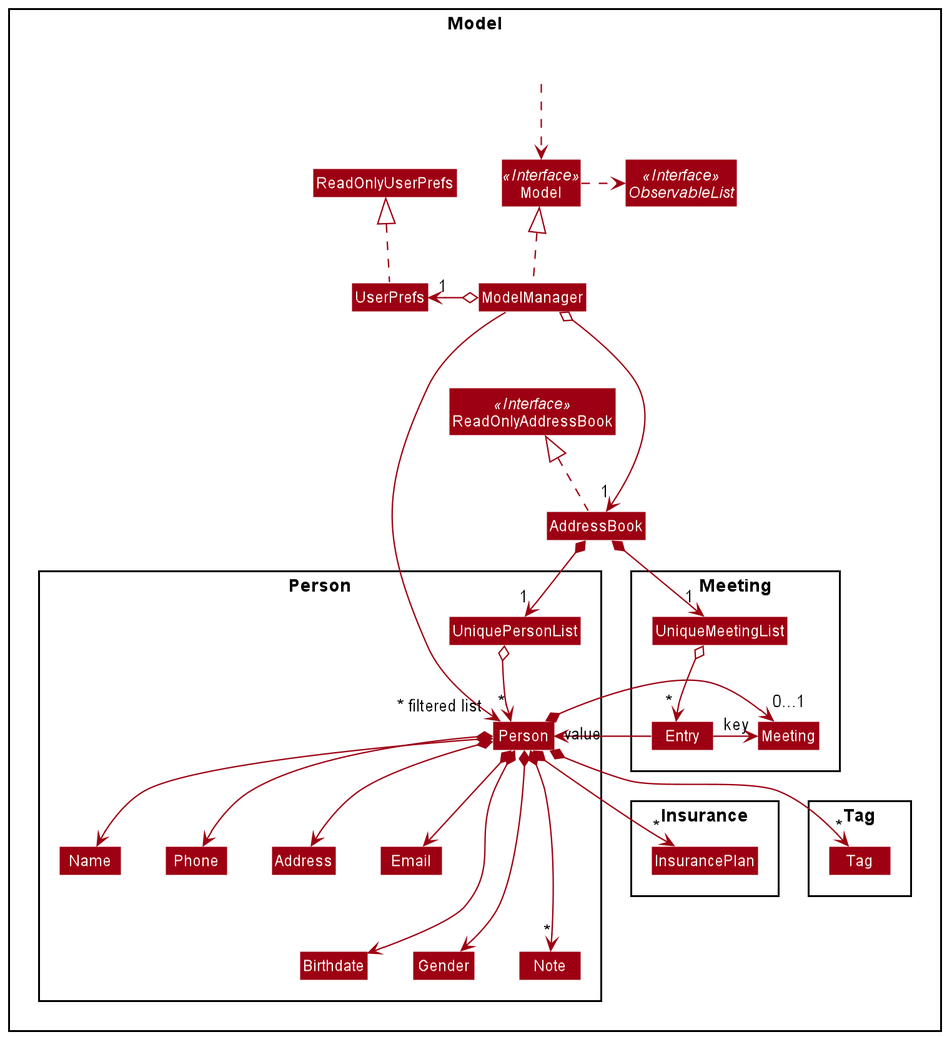
Earlier version of the PlantUML export docs/images/ModelClassDiagram.png (nus-cs2103-AY2021S2/tp).
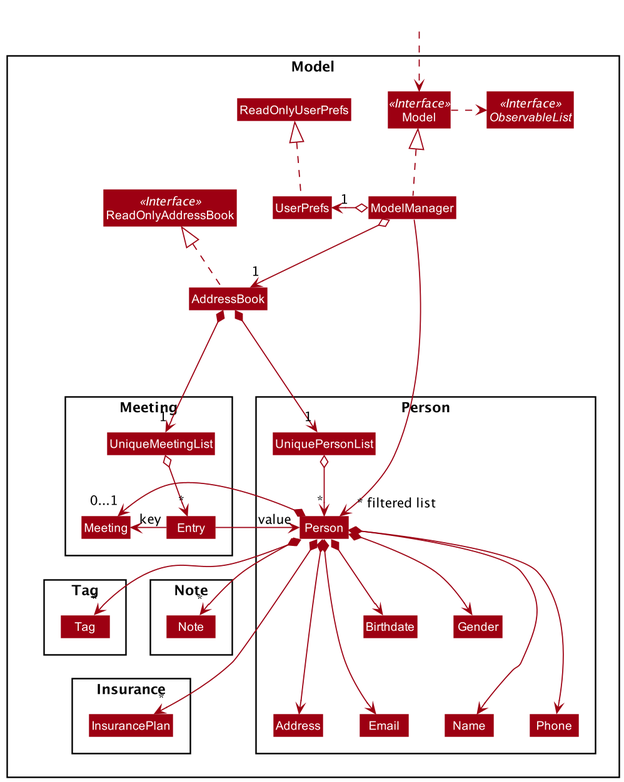
Above is the later version.

Diff of the diagram source:
```diff
@@ -25,13 +25,12 @@
 Class Phone
 Class Note
 Class UniquePersonList
-
 }
 
 Package Meeting {
-Class Meeting
 Class UniqueMeetingList
 Class Entry
+Class Meeting
 }
 
 
@@ -41,6 +40,11 @@
 
 Package Insurance {
 Class InsurancePlan
+}
+
+Package Note {
+Class Note
+}
 }
 
 
@@ -55,33 +59,38 @@
 ModelManager o-left-> "1" UserPrefs
 UserPrefs .up.|> ReadOnlyUserPrefs
 
-AddressBook *--> "1" UniquePersonList
-UniquePersonList o--> "*" Person
-Person *--> Name
-Person *--> Phone
-Person *--> Email
-Person *--> Address
-Person *---> Gender
-Person *---> Birthdate
-Person *---> "*" Note
-Person *--> "*" Tag
-Person *--> "0...1" Meeting
-Person *--> "*" InsurancePlan
+AddressBook *-down-> "1" UniquePersonList
+UniquePersonList o-down-> "*" Person
+ModelManager --down--->"~* filtered list" Person
+Person *-down--> Name
+Person *-down--> Phone
+Person *-down--> Email
+Person *-down--> Address
+Person *-down-> Gender
+Person *-down-> Birthdate
+Person *-down-> "*" Note
+Person *-down-> "*" Tag
+Person *-left-> "0...1" Meeting
+Person *-down-> "*" InsurancePlan
 
-AddressBook *--> "1" UniqueMeetingList
-UniqueMeetingList o--> "*" Entry
-Entry -> "key" Meeting
-Entry -> "value" Person
+AddressBook *-down--> "1" UniqueMeetingList
+UniqueMeetingList o-down-> "*" Entry
+Entry -left-> "key" Meeting
+Entry -right> "value" Person
 
-UniqueMeetingList -[hidden]down-> Entry
-UniqueMeetingList -[hidden]left-> UniquePersonList
+Name -[hidden]right- Phone
+Phone -[hidden]right- Address
+Address -[hidden]right- Email
 
-Name -[hidden]right-> Phone
-Phone -[hidden]right-> Address
-Address -[hidden]right-> Email
-Tag -[hidden]left-> Meeting
-Entry -[hidden]left-> Person
-Person -[hidden]down-> InsurancePlan
-Person -[hidden]up-> UniquePersonList
-ModelManager ----->" ~* filtered list" Person
+InsurancePlan -[hidden]up- Meeting
+
+Note -[hidden]down- InsurancePlan
+Tag -[hidden]down- InsurancePlan
+Note -[hidden]left- Tag
+Tag -[hidden]up- Meeting
+Note -[hidden]up- Meeting
+
+UniqueMeetingList -[hidden]right- UniquePersonList
+Entry -[hidden]up- UniquePersonList
+
 @enduml
```
